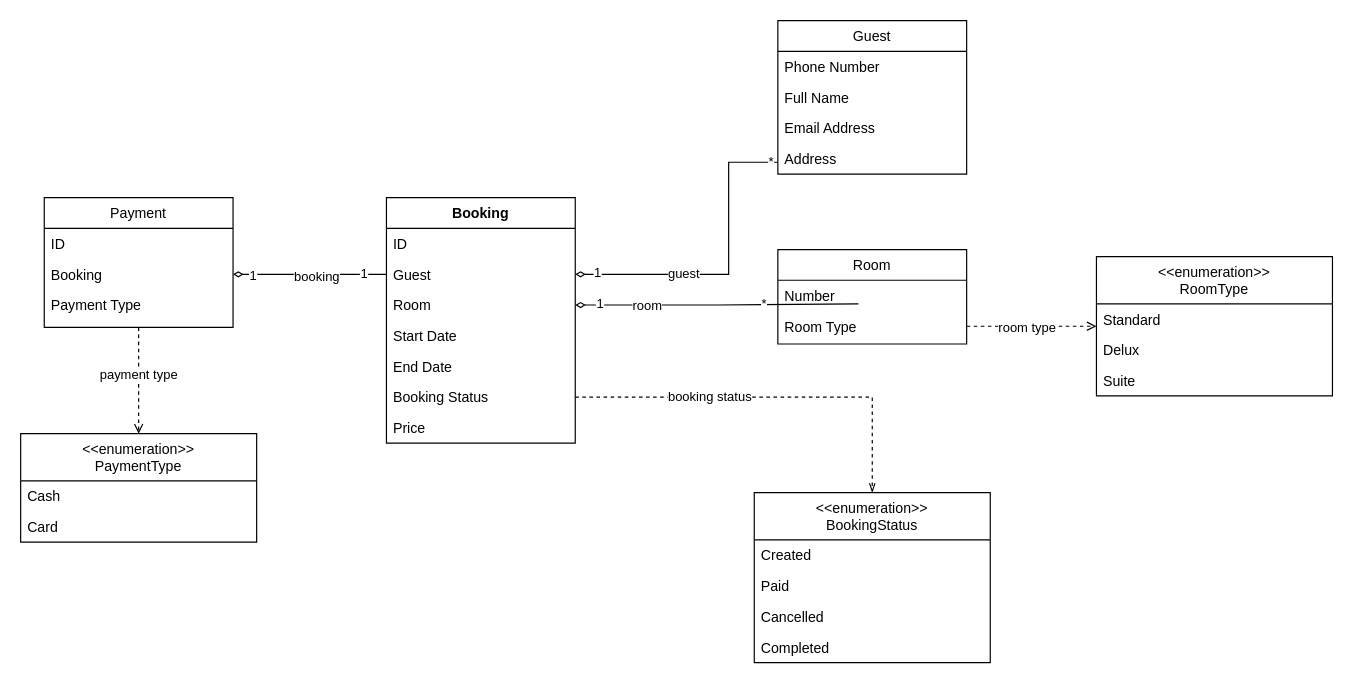
The draw.io diagram diagrams/class_diagram.drawio in PROPVGVNDA/guesthouse, before the edit. Source tidied: cells renumbered, new cells numbered last; positions are measured from the earlier drawing's top-left corner, leaving out a move shared by most shapes. Both pictures are drawn from the tidied source at 118%, with x=0, y=0 at pixel (20, 20).
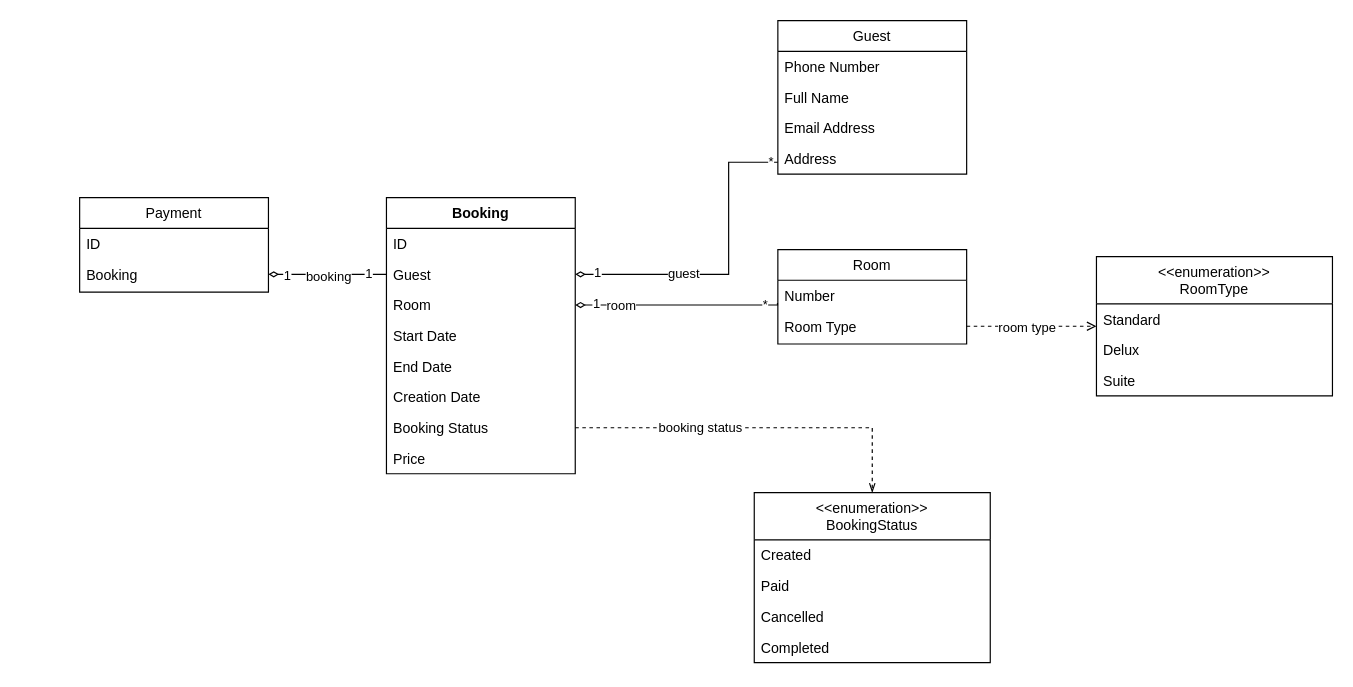
After the change.

The change refers to these unchanged cells:
```xml
<mxCell id="8" value="Number" style="text;align=left;verticalAlign=top;spacingLeft=4;spacingRight=4;overflow=hidden;points=[[0,0.5],[1,0.5]];portConstraint=eastwest;" parent="7" vertex="1">
  <mxGeometry y="26" width="160" height="26" as="geometry" />
</mxCell>
<mxCell id="19" value="Room" style="text;align=left;verticalAlign=top;spacingLeft=4;spacingRight=4;overflow=hidden;points=[[0,0.5],[1,0.5]];portConstraint=eastwest;rounded=0;shadow=0;html=0;" parent="16" vertex="1">
  <mxGeometry y="78" width="160" height="26" as="geometry" />
</mxCell>
<mxCell id="48" style="edgeStyle=orthogonalEdgeStyle;rounded=0;jettySize=auto;html=1;endArrow=none;endFill=0;startArrow=diamondThin;startFill=0;" parent="1" edge="1" source="43" target="18">
  <mxGeometry relative="1" as="geometry" />
</mxCell>
```

Diff of the diagram source:
```diff
@@
     <mxCell id="16" value="Booking" style="swimlane;fontStyle=1;align=center;verticalAlign=top;horizontal=1;startSize=26;rounded=0;shadow=0;strokeWidth=1;" parent="1" vertex="1">
-      <mxGeometry x="310" y="150" width="160" height="208" as="geometry" />
+      <mxGeometry x="310" y="150" width="160" height="234" as="geometry" />
     </mxCell>
@@
+    <mxCell id="52" value="Creation Date" style="text;align=left;verticalAlign=top;spacingLeft=4;spacingRight=4;overflow=hidden;rounded=0;shadow=0;html=0;" parent="16" vertex="1">
+      <mxGeometry y="156" width="160" height="26" as="geometry" />
+    </mxCell>
     <mxCell id="22" value="Booking Status" style="text;align=left;verticalAlign=top;spacingLeft=4;spacingRight=4;overflow=hidden;points=[[0,0.5],[1,0.5]];portConstraint=eastwest;rounded=0;shadow=0;html=0;" parent="16" vertex="1">
-      <mxGeometry y="156" width="160" height="26" as="geometry" />
+      <mxGeometry y="182" width="160" height="26" as="geometry" />
     </mxCell>
     <mxCell id="23" value="Price" style="text;align=left;verticalAlign=top;spacingLeft=4;spacingRight=4;overflow=hidden;rounded=0;shadow=0;html=0;" parent="16" vertex="1">
-      <mxGeometry y="182" width="160" height="26" as="geometry" />
+      <mxGeometry y="208" width="160" height="26" as="geometry" />
     </mxCell>
@@
-    <mxCell id="35" style="edgeStyle=orthogonalEdgeStyle;rounded=0;jettySize=auto;html=1;endArrow=none;endFill=0;startArrow=diamondThin;startFill=0;" parent="1" edge="1" source="19">
+    <mxCell id="35" style="edgeStyle=orthogonalEdgeStyle;rounded=0;jettySize=auto;html=1;endArrow=none;endFill=0;startArrow=diamondThin;startFill=0;entryX=-0.002;entryY=0.744;entryDx=0;entryDy=0;entryPerimeter=0;" parent="1" edge="1" source="19" target="8">
       <mxGeometry relative="1" as="geometry">
-        <mxPoint x="710" y="240" as="targetPoint" />
+        <Array as="points">
+          <mxPoint x="641" y="241" />
+        </Array>
       </mxGeometry>
     </mxCell>
@@
     <mxCell id="38" value="*" style="edgeLabel;html=1;align=center;verticalAlign=middle;" parent="35" vertex="1">
       <mxGeometry x="0.84" y="1" relative="1" as="geometry">
-        <mxPoint x="-61" as="offset" />
+        <mxPoint x="1" as="offset" />
       </mxGeometry>
     </mxCell>
-    <mxCell id="39" style="edgeStyle=orthogonalEdgeStyle;rounded=0;jettySize=auto;html=1;dashed=1;endArrow=open;endFill=0;" parent="1" edge="1" source="41" target="45">
-      <mxGeometry relative="1" as="geometry" />
-    </mxCell>
-    <mxCell id="40" value="payment type" style="edgeLabel;html=1;align=center;verticalAlign=middle;" parent="39" vertex="1">
-      <mxGeometry x="-0.13" y="-1" relative="1" as="geometry" />
-    </mxCell>
     <mxCell id="41" value="Payment" style="swimlane;fontStyle=0;align=center;verticalAlign=top;horizontal=1;startSize=26;rounded=0;shadow=0;strokeWidth=1;" parent="1" vertex="1">
-      <mxGeometry x="20" y="150" width="160" height="110" as="geometry" />
+      <mxGeometry x="50" y="150" width="160" height="80" as="geometry" />
     </mxCell>
@@
-    <mxCell id="44" value="Payment Type" style="text;align=left;verticalAlign=top;spacingLeft=4;spacingRight=4;overflow=hidden;rounded=0;shadow=0;html=0;" parent="41" vertex="1">
-      <mxGeometry y="78" width="160" height="26" as="geometry" />
-    </mxCell>
-    <mxCell id="45" value="&lt;&lt;enumeration&gt;&gt;&#10;PaymentType" style="swimlane;fontStyle=0;align=center;verticalAlign=top;horizontal=1;startSize=40;rounded=0;shadow=0;strokeWidth=1;" parent="1" vertex="1">
-      <mxGeometry y="350" width="200" height="92" as="geometry" />
-    </mxCell>
-    <mxCell id="46" value="Cash" style="text;align=left;verticalAlign=top;spacingLeft=4;spacingRight=4;overflow=hidden;" parent="45" vertex="1">
-      <mxGeometry y="40" width="200" height="26" as="geometry" />
-    </mxCell>
-    <mxCell id="47" value="Card" style="text;align=left;verticalAlign=top;spacingLeft=4;spacingRight=4;overflow=hidden;rounded=0;shadow=0;html=0;" parent="45" vertex="1">
-      <mxGeometry y="66" width="200" height="26" as="geometry" />
-    </mxCell>
@@
     <mxCell id="49" value="booking" style="edgeLabel;html=1;align=center;verticalAlign=middle;" parent="48" vertex="1">
       <mxGeometry x="-0.12" y="-1" relative="1" as="geometry">
-        <mxPoint x="13" as="offset" />
+        <mxPoint x="6" as="offset" />
       </mxGeometry>
     </mxCell>
```
